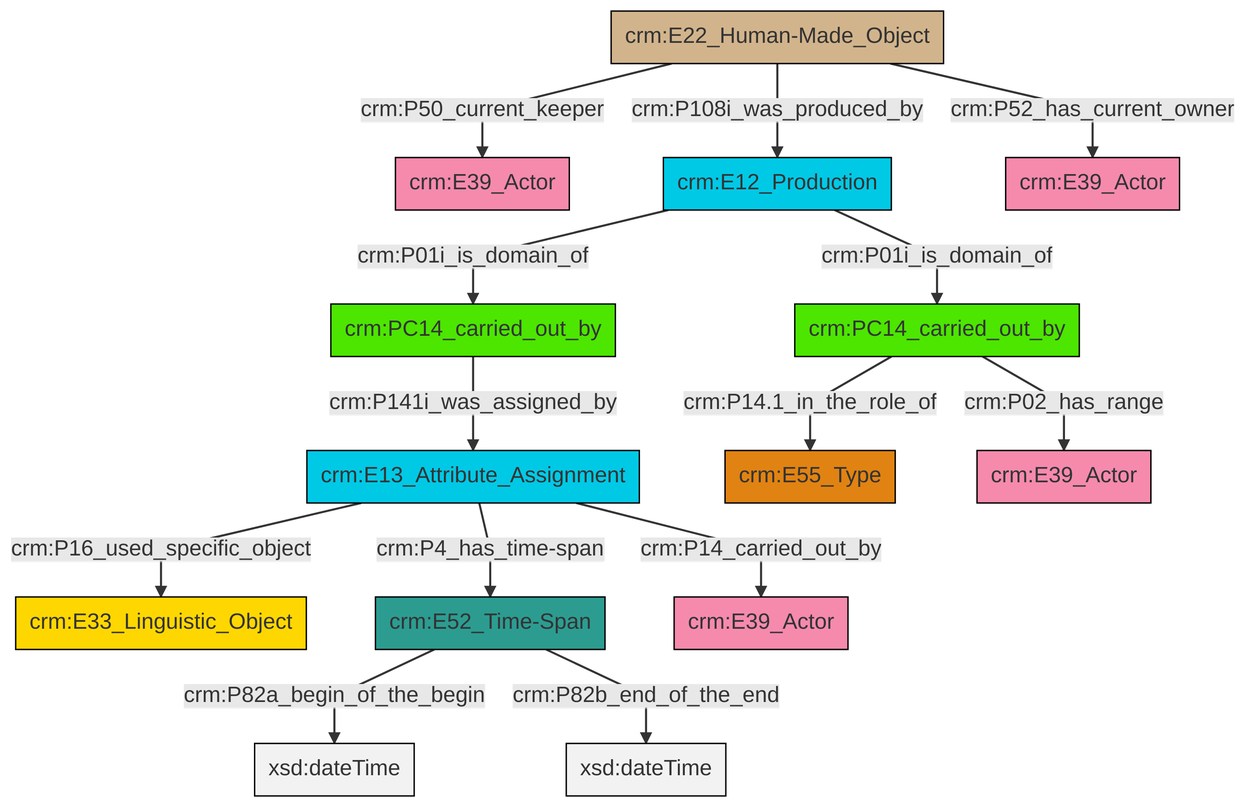
The Mermaid diagram et/carrierCSV/ttl/mmd/png/carrier_relations.png in swiss-art-research-net/docs.swissartresearch, before a commit. Its source is kept beside it as et/carrierCSV/ttl/mmd/carrier_relations.ttl.mmd.
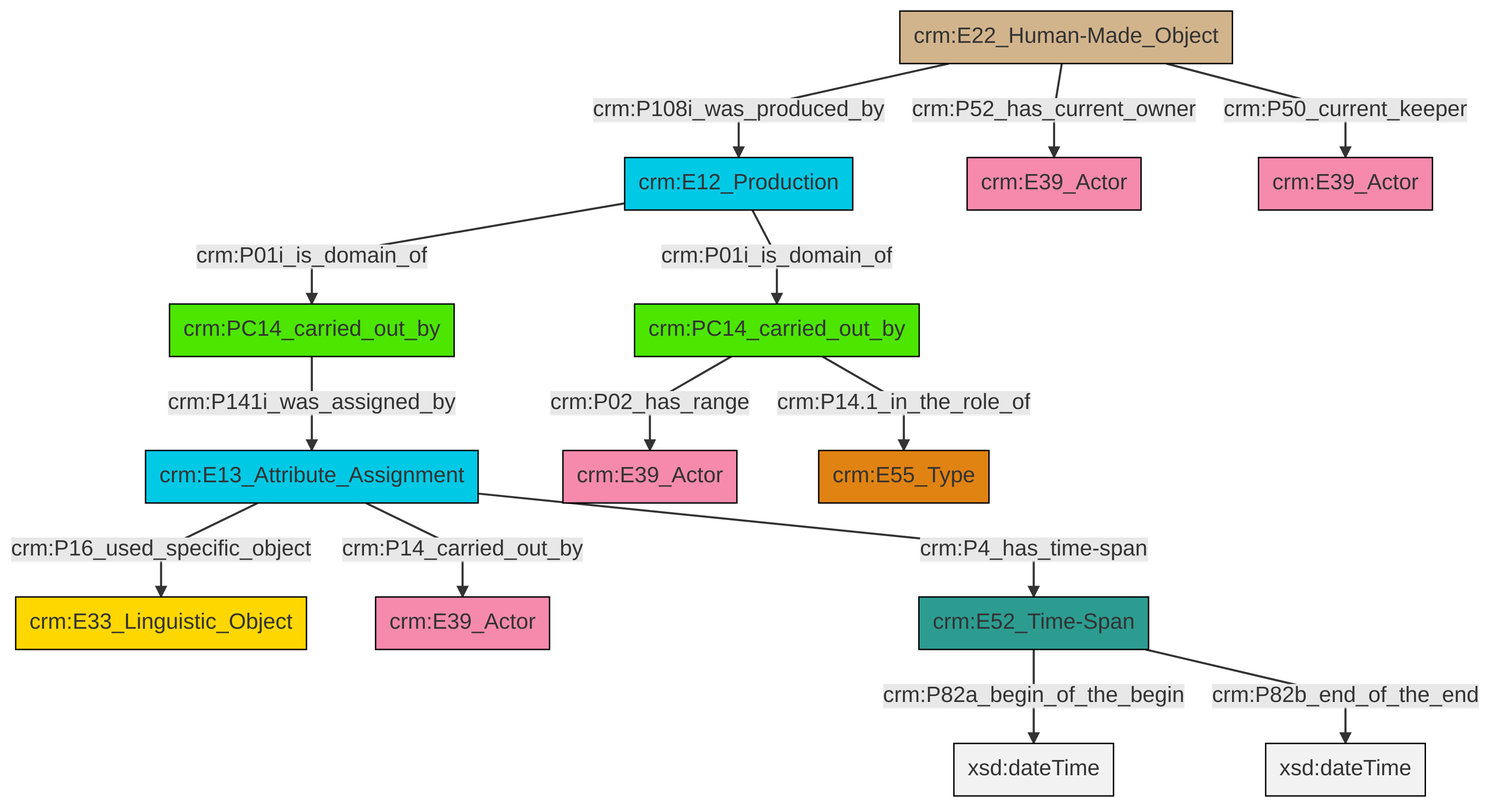
Later version of the same file.

Diff of the diagram source:
```diff
@@ -13,16 +13,16 @@
 classDef PC_Classes fill:#4ce600, stroke:#000000;
 classDef Multi fill:#cccccc,stroke:#000000;
 
-0["crm:E13_Attribute_Assignment"]:::Temporal_Entity -->|crm:P16_used_specific_object| 1["crm:E33_Linguistic_Object"]:::Conceptual_Object
-0["crm:E13_Attribute_Assignment"]:::Temporal_Entity -->|crm:P4_has_time-span| 4["crm:E52_Time-Span"]:::Time-Span
-7["crm:E12_Production"]:::Temporal_Entity -->|crm:P01i_is_domain_of| 8["crm:PC14_carried_out_by"]:::PC_Classes
-4["crm:E52_Time-Span"]:::Time-Span -->|crm:P82a_begin_of_the_begin| 9[xsd:dateTime]:::Literal
-0["crm:E13_Attribute_Assignment"]:::Temporal_Entity -->|crm:P14_carried_out_by| 10["crm:E39_Actor"]:::Actor
-8["crm:PC14_carried_out_by"]:::PC_Classes -->|crm:P14.1_in_the_role_of| 12["crm:E55_Type"]:::Type
-8["crm:PC14_carried_out_by"]:::PC_Classes -->|crm:P02_has_range| 14["crm:E39_Actor"]:::Actor
-20["crm:E22_Human-Made_Object"]:::Physical_Thing -->|crm:P52_has_current_owner| 17["crm:E39_Actor"]:::Actor
-2["crm:PC14_carried_out_by"]:::PC_Classes -->|crm:P141i_was_assigned_by| 0["crm:E13_Attribute_Assignment"]:::Temporal_Entity
-4["crm:E52_Time-Span"]:::Time-Span -->|crm:P82b_end_of_the_end| 21[xsd:dateTime]:::Literal
-7["crm:E12_Production"]:::Temporal_Entity -->|crm:P01i_is_domain_of| 2["crm:PC14_carried_out_by"]:::PC_Classes
-20["crm:E22_Human-Made_Object"]:::Physical_Thing -->|crm:P108i_was_produced_by| 7["crm:E12_Production"]:::Temporal_Entity
-20["crm:E22_Human-Made_Object"]:::Physical_Thing -->|crm:P50_current_keeper| 5["crm:E39_Actor"]:::Actor
+0["crm:E22_Human-Made_Object"]:::Physical_Thing -->|crm:P108i_was_produced_by| 1["crm:E12_Production"]:::Temporal_Entity
+2["crm:PC14_carried_out_by"]:::PC_Classes -->|crm:P02_has_range| 3["crm:E39_Actor"]:::Actor
+4["crm:E13_Attribute_Assignment"]:::Temporal_Entity -->|crm:P16_used_specific_object| 5["crm:E33_Linguistic_Object"]:::Conceptual_Object
+0["crm:E22_Human-Made_Object"]:::Physical_Thing -->|crm:P52_has_current_owner| 8["crm:E39_Actor"]:::Actor
+2["crm:PC14_carried_out_by"]:::PC_Classes -->|crm:P14.1_in_the_role_of| 13["crm:E55_Type"]:::Type
+0["crm:E22_Human-Made_Object"]:::Physical_Thing -->|crm:P50_current_keeper| 9["crm:E39_Actor"]:::Actor
+1["crm:E12_Production"]:::Temporal_Entity -->|crm:P01i_is_domain_of| 15["crm:PC14_carried_out_by"]:::PC_Classes
+16["crm:E52_Time-Span"]:::Time-Span -->|crm:P82a_begin_of_the_begin| 18[xsd:dateTime]:::Literal
+15["crm:PC14_carried_out_by"]:::PC_Classes -->|crm:P141i_was_assigned_by| 4["crm:E13_Attribute_Assignment"]:::Temporal_Entity
+1["crm:E12_Production"]:::Temporal_Entity -->|crm:P01i_is_domain_of| 2["crm:PC14_carried_out_by"]:::PC_Classes
+16["crm:E52_Time-Span"]:::Time-Span -->|crm:P82b_end_of_the_end| 20[xsd:dateTime]:::Literal
+4["crm:E13_Attribute_Assignment"]:::Temporal_Entity -->|crm:P14_carried_out_by| 11["crm:E39_Actor"]:::Actor
+4["crm:E13_Attribute_Assignment"]:::Temporal_Entity -->|crm:P4_has_time-span| 16["crm:E52_Time-Span"]:::Time-Span
```
